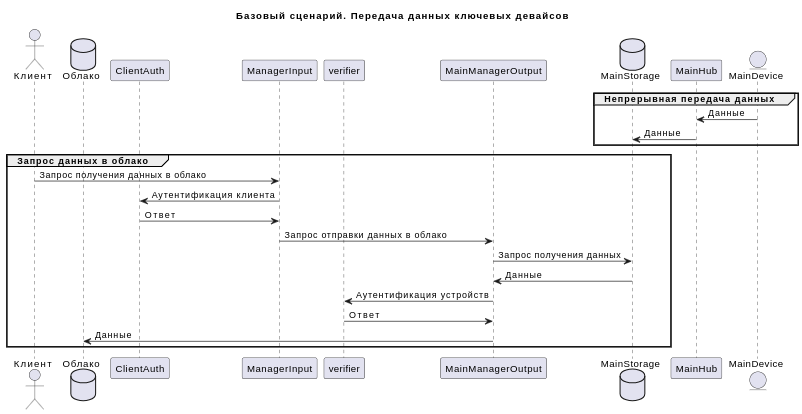
Above: diagrams/politic-v-0-03/main-basic-scenary.png in SPBU-gateway/artefacts (PlantUML), before the change. Its source is kept beside it as diagrams/politic-v-0-03/main-basic-scenary.puml.
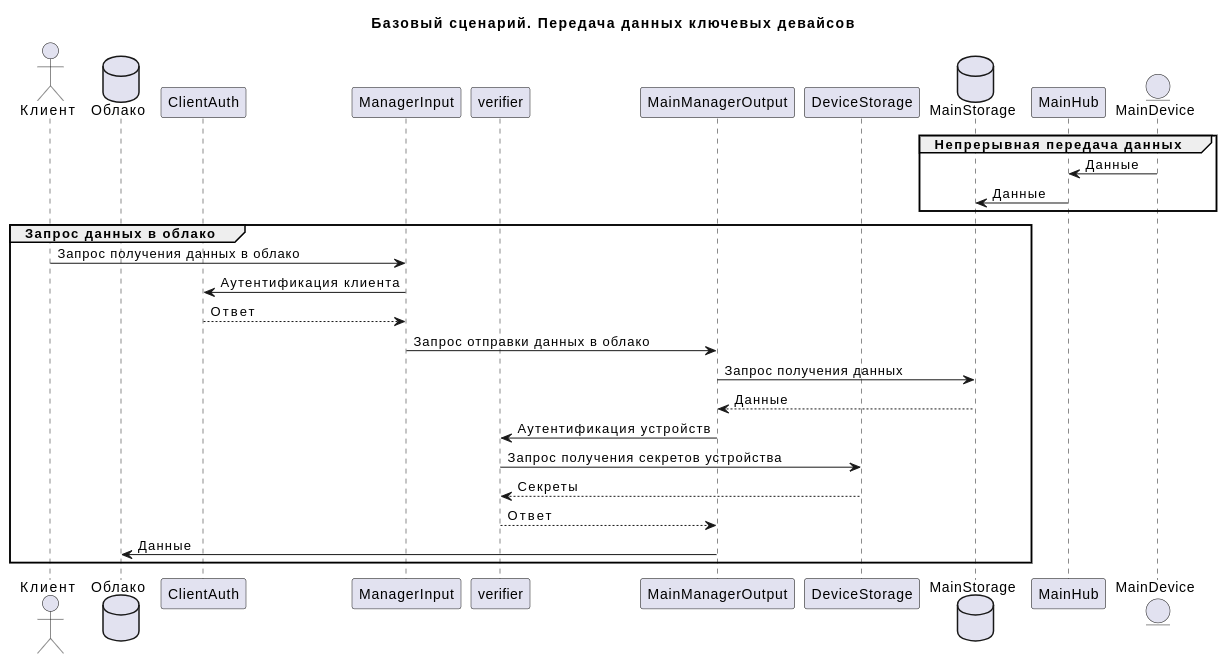
After the commit.

Commit message:
Refactor architecture and scenaries

The edit, as a diff of the source:
```diff
@@ -6,6 +6,7 @@
 participant ManagerInput as in
 participant verifier as auth
 participant MainManagerOutput as out
+participant DeviceStorage as ds
 database MainStorage as storage
 participant MainHub as hub
 entity MainDevice as device
@@ -18,12 +19,14 @@
 group Запрос данных в облако
 user -> in: Запрос получения данных в облако
 in -> auth2: Аутентификация клиента
-in <- auth2: Ответ
+in <-- auth2: Ответ
 in -> out: Запрос отправки данных в облако
 out -> storage: Запрос получения данных
-out <- storage: Данные
+out <-- storage: Данные
 out -> auth: Аутентификация устройств
-out <- auth: Ответ
+auth -> ds: Запрос получения секретов устройства
+ds --> auth: Секреты
+out <-- auth: Ответ
 out -> cloud: Данные
 end
 @enduml
```
